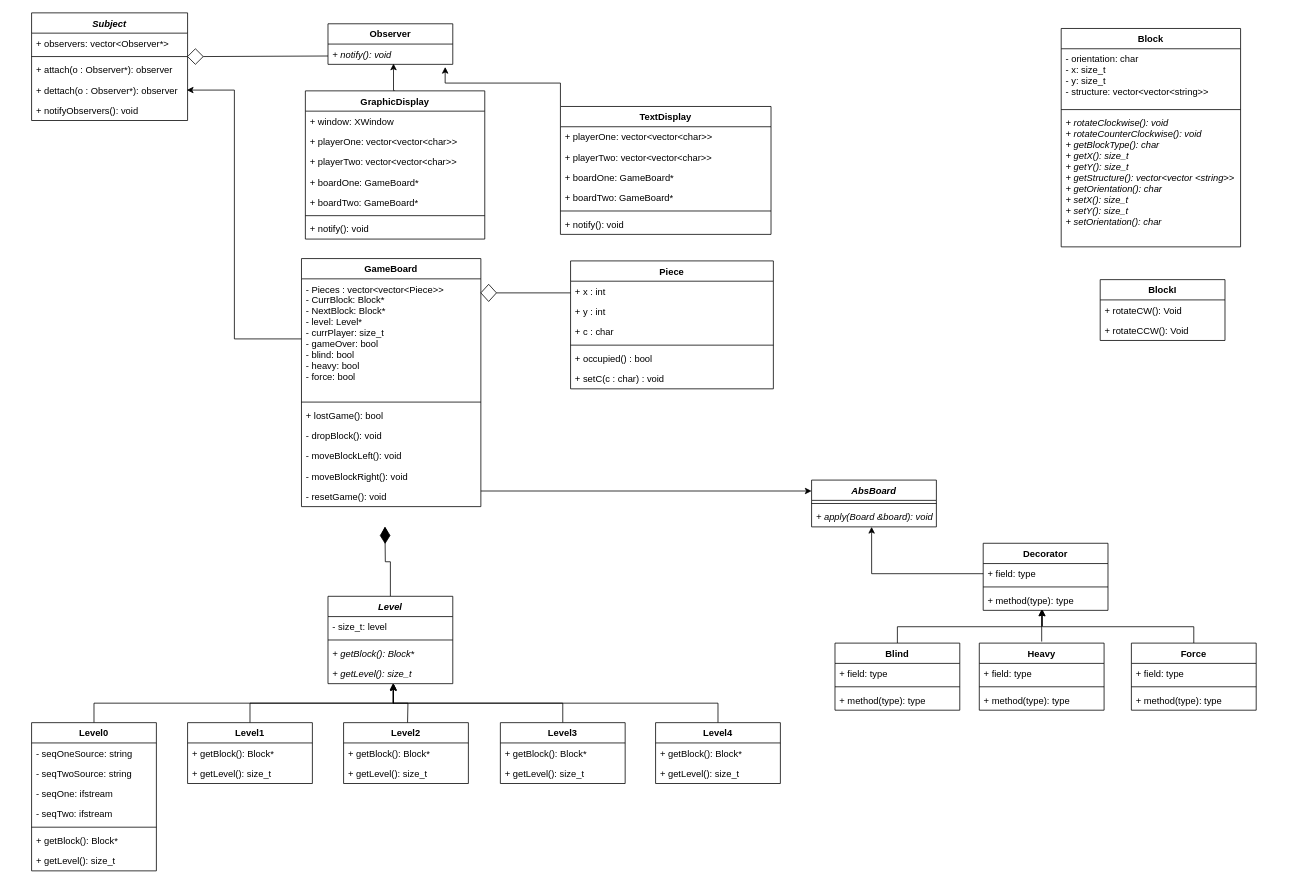
Earlier version of the draw.io diagram UML.drawio (velomafinsights/biquadris). Source tidied: cells renumbered, new cells numbered last; positions are measured from the earlier drawing's top-left corner, leaving out a move shared by most shapes. Both pictures are drawn from the tidied source at 78%, with x=0, y=0 at pixel (31, 12).
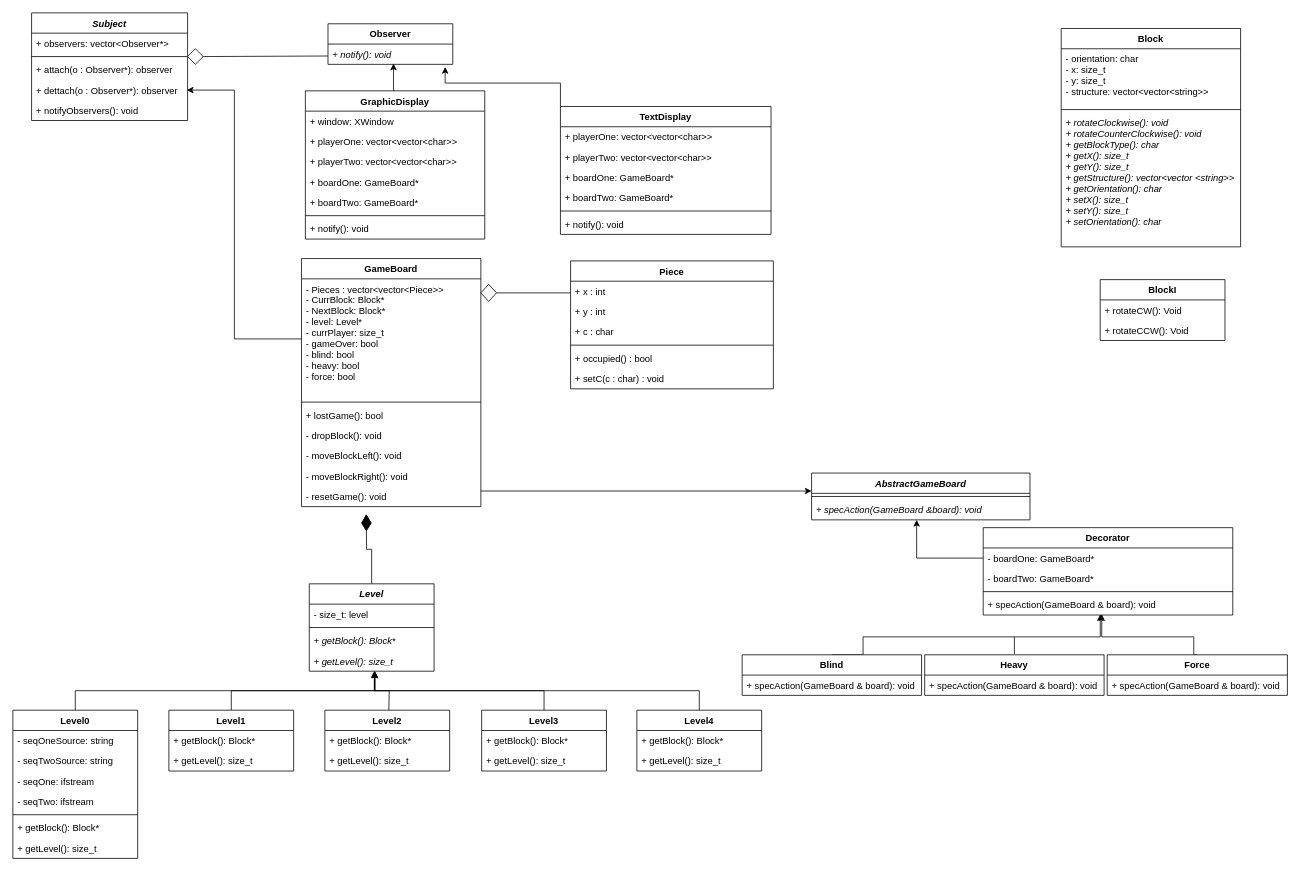
The same page after the edit.

The change refers to these unchanged cells:
```xml
<mxCell id="107" value="+ getLevel(): size_t" style="text;strokeColor=none;fillColor=none;align=left;verticalAlign=top;spacingLeft=4;spacingRight=4;overflow=hidden;points=[[0,0.5],[1,0.5]];portConstraint=eastwest;fontStyle=2;" parent="103" vertex="1">
  <mxGeometry y="86" width="160" height="26" as="geometry" />
</mxCell>
```

What changed in the source:
```diff
@@
     <mxCell id="42" value="Decorator&#10;" style="swimlane;fontStyle=1;align=center;verticalAlign=top;horizontal=1;startSize=26;" parent="1" vertex="1">
-      <mxGeometry x="1220" y="680" width="160" height="86" as="geometry" />
+      <mxGeometry x="1220" y="660" width="320" height="112" as="geometry" />
     </mxCell>
-    <mxCell id="43" value="+ field: type" style="text;strokeColor=none;fillColor=none;align=left;verticalAlign=top;spacingLeft=4;spacingRight=4;overflow=hidden;points=[[0,0.5],[1,0.5]];portConstraint=eastwest;" parent="42" vertex="1">
-      <mxGeometry y="26" width="160" height="26" as="geometry" />
+    <mxCell id="43" value="- boardOne: GameBoard*" style="text;strokeColor=none;fillColor=none;align=left;verticalAlign=top;spacingLeft=4;spacingRight=4;overflow=hidden;points=[[0,0.5],[1,0.5]];portConstraint=eastwest;" parent="42" vertex="1">
+      <mxGeometry y="26" width="320" height="26" as="geometry" />
     </mxCell>
+    <mxCell id="110" value="- boardTwo: GameBoard*" style="text;strokeColor=none;fillColor=none;align=left;verticalAlign=top;spacingLeft=4;spacingRight=4;overflow=hidden;" parent="42" vertex="1">
+      <mxGeometry y="52" width="320" height="26" as="geometry" />
+    </mxCell>
     <mxCell id="44" style="line;strokeWidth=1;fillColor=none;align=left;verticalAlign=middle;spacingTop=-1;spacingLeft=3;spacingRight=3;labelPosition=right;strokeColor=inherit;" parent="42" vertex="1">
-      <mxGeometry y="52" width="160" height="8" as="geometry" />
+      <mxGeometry y="78" width="320" height="8" as="geometry" />
     </mxCell>
-    <mxCell id="45" value="+ method(type): type" style="text;strokeColor=none;fillColor=none;align=left;verticalAlign=top;spacingLeft=4;spacingRight=4;overflow=hidden;points=[[0,0.5],[1,0.5]];portConstraint=eastwest;" parent="42" vertex="1">
-      <mxGeometry y="60" width="160" height="26" as="geometry" />
+    <mxCell id="45" value="+ specAction(GameBoard &amp; board): void" style="text;strokeColor=none;fillColor=none;align=left;verticalAlign=top;spacingLeft=4;spacingRight=4;overflow=hidden;points=[[0,0.5],[1,0.5]];portConstraint=eastwest;" parent="42" vertex="1">
+      <mxGeometry y="86" width="320" height="26" as="geometry" />
     </mxCell>
@@
     <mxCell id="53" style="edgeStyle=orthogonalEdgeStyle;rounded=0;jettySize=auto;html=1;exitX=0.5;exitY=0;exitDx=0;exitDy=0;entryX=0.469;entryY=0.962;entryDx=0;entryDy=0;entryPerimeter=0;" parent="1" edge="1" source="54" target="45">
-      <mxGeometry relative="1" as="geometry" />
+      <mxGeometry relative="1" as="geometry">
+        <Array as="points">
+          <mxPoint x="1066" y="800" />
+          <mxPoint x="1370" y="800" />
+        </Array>
+      </mxGeometry>
     </mxCell>
     <mxCell id="54" value="Blind" style="swimlane;fontStyle=1;align=center;verticalAlign=top;horizontal=1;startSize=26;" parent="1" vertex="1">
-      <mxGeometry x="1030" y="808" width="160" height="86" as="geometry" />
+      <mxGeometry x="911" y="823" width="230" height="52" as="geometry" />
     </mxCell>
-    <mxCell id="55" value="+ field: type" style="text;strokeColor=none;fillColor=none;align=left;verticalAlign=top;spacingLeft=4;spacingRight=4;overflow=hidden;" parent="54" vertex="1">
-      <mxGeometry y="26" width="160" height="26" as="geometry" />
-    </mxCell>
-    <mxCell id="56" style="line;strokeWidth=1;fillColor=none;align=left;verticalAlign=middle;spacingTop=-1;spacingLeft=3;spacingRight=3;labelPosition=right;strokeColor=inherit;" parent="54" vertex="1">
-      <mxGeometry y="52" width="160" height="8" as="geometry" />
-    </mxCell>
-    <mxCell id="57" value="+ method(type): type" style="text;strokeColor=none;fillColor=none;align=left;verticalAlign=top;spacingLeft=4;spacingRight=4;overflow=hidden;" parent="54" vertex="1">
-      <mxGeometry y="60" width="160" height="26" as="geometry" />
-    </mxCell>
+    <mxCell id="111" value="+ specAction(GameBoard &amp; board): void" style="text;strokeColor=none;fillColor=none;align=left;verticalAlign=top;spacingLeft=4;spacingRight=4;overflow=hidden;" parent="54" vertex="1">
+      <mxGeometry y="26" width="230" height="26" as="geometry" />
+    </mxCell>
     <mxCell id="58" style="edgeStyle=orthogonalEdgeStyle;rounded=0;jettySize=auto;html=1;exitX=0.5;exitY=0;exitDx=0;exitDy=0;entryX=0.475;entryY=0.962;entryDx=0;entryDy=0;entryPerimeter=0;" parent="1" edge="1" source="59" target="45">
-      <mxGeometry relative="1" as="geometry" />
+      <mxGeometry relative="1" as="geometry">
+        <Array as="points">
+          <mxPoint x="1490" y="800" />
+          <mxPoint x="1372" y="800" />
+        </Array>
+      </mxGeometry>
     </mxCell>
     <mxCell id="59" value="Force" style="swimlane;fontStyle=1;align=center;verticalAlign=top;horizontal=1;startSize=26;" parent="1" vertex="1">
-      <mxGeometry x="1410" y="808" width="160" height="86" as="geometry" />
+      <mxGeometry x="1379" y="823" width="231" height="52" as="geometry" />
     </mxCell>
-    <mxCell id="60" value="+ field: type" style="text;strokeColor=none;fillColor=none;align=left;verticalAlign=top;spacingLeft=4;spacingRight=4;overflow=hidden;" parent="59" vertex="1">
-      <mxGeometry y="26" width="160" height="26" as="geometry" />
-    </mxCell>
-    <mxCell id="61" style="line;strokeWidth=1;fillColor=none;align=left;verticalAlign=middle;spacingTop=-1;spacingLeft=3;spacingRight=3;labelPosition=right;strokeColor=inherit;" parent="59" vertex="1">
-      <mxGeometry y="52" width="160" height="8" as="geometry" />
-    </mxCell>
-    <mxCell id="62" value="+ method(type): type" style="text;strokeColor=none;fillColor=none;align=left;verticalAlign=top;spacingLeft=4;spacingRight=4;overflow=hidden;" parent="59" vertex="1">
-      <mxGeometry y="60" width="160" height="26" as="geometry" />
-    </mxCell>
-    <mxCell id="63" style="edgeStyle=orthogonalEdgeStyle;rounded=0;orthogonalLoop=1;jettySize=auto;html=1;exitX=0.5;exitY=0;exitDx=0;exitDy=0;entryX=0.469;entryY=1.038;entryDx=0;entryDy=0;entryPerimeter=0;" parent="1" edge="1">
-      <mxGeometry relative="1" as="geometry">
-        <mxPoint x="1295" y="806" as="sourcePoint" />
-        <mxPoint x="1295" y="765" as="targetPoint" />
-      </mxGeometry>
-    </mxCell>
+    <mxCell id="112" value="+ specAction(GameBoard &amp; board): void" style="text;strokeColor=none;fillColor=none;align=left;verticalAlign=top;spacingLeft=4;spacingRight=4;overflow=hidden;" parent="59" vertex="1">
+      <mxGeometry y="26" width="231" height="26" as="geometry" />
+    </mxCell>
     <mxCell id="64" value="Heavy" style="swimlane;fontStyle=1;align=center;verticalAlign=top;horizontal=1;startSize=26;" parent="1" vertex="1">
-      <mxGeometry x="1215" y="808" width="160" height="86" as="geometry" />
+      <mxGeometry x="1145" y="823" width="230" height="52" as="geometry" />
     </mxCell>
-    <mxCell id="65" value="+ field: type" style="text;strokeColor=none;fillColor=none;align=left;verticalAlign=top;spacingLeft=4;spacingRight=4;overflow=hidden;" parent="64" vertex="1">
-      <mxGeometry y="26" width="160" height="26" as="geometry" />
-    </mxCell>
-    <mxCell id="66" style="line;strokeWidth=1;fillColor=none;align=left;verticalAlign=middle;spacingTop=-1;spacingLeft=3;spacingRight=3;labelPosition=right;strokeColor=inherit;" parent="64" vertex="1">
-      <mxGeometry y="52" width="160" height="8" as="geometry" />
-    </mxCell>
-    <mxCell id="67" value="+ method(type): type" style="text;strokeColor=none;fillColor=none;align=left;verticalAlign=top;spacingLeft=4;spacingRight=4;overflow=hidden;" parent="64" vertex="1">
-      <mxGeometry y="60" width="160" height="26" as="geometry" />
-    </mxCell>
+    <mxCell id="113" value="+ specAction(GameBoard &amp; board): void" style="text;strokeColor=none;fillColor=none;align=left;verticalAlign=top;spacingLeft=4;spacingRight=4;overflow=hidden;" parent="64" vertex="1">
+      <mxGeometry y="26" width="230" height="26" as="geometry" />
+    </mxCell>
@@
-    <mxCell id="72" value="AbsBoard" style="swimlane;fontStyle=3;align=center;verticalAlign=top;horizontal=1;startSize=26;" parent="1" vertex="1">
-      <mxGeometry x="1000" y="599" width="160" height="60" as="geometry" />
+    <mxCell id="72" value="AbstractGameBoard" style="swimlane;fontStyle=3;align=center;verticalAlign=top;horizontal=1;startSize=26;" parent="1" vertex="1">
+      <mxGeometry x="1000" y="590" width="280" height="60" as="geometry" />
     </mxCell>
     <mxCell id="73" style="line;strokeWidth=1;fillColor=none;align=left;verticalAlign=middle;spacingTop=-1;spacingLeft=3;spacingRight=3;labelPosition=right;strokeColor=inherit;" parent="72" vertex="1">
-      <mxGeometry y="26" width="160" height="8" as="geometry" />
+      <mxGeometry y="26" width="280" height="8" as="geometry" />
     </mxCell>
-    <mxCell id="74" value="+ apply(Board &amp;board): void" style="text;strokeColor=none;fillColor=none;align=left;verticalAlign=top;spacingLeft=4;spacingRight=4;overflow=hidden;points=[[0,0.5],[1,0.5]];portConstraint=eastwest;fontStyle=2;" parent="72" vertex="1">
-      <mxGeometry y="34" width="160" height="26" as="geometry" />
+    <mxCell id="74" value="+ specAction(GameBoard &amp;board): void" style="text;strokeColor=none;fillColor=none;align=left;verticalAlign=top;spacingLeft=4;spacingRight=4;overflow=hidden;points=[[0,0.5],[1,0.5]];portConstraint=eastwest;fontStyle=2;" parent="72" vertex="1">
+      <mxGeometry y="34" width="280" height="26" as="geometry" />
     </mxCell>
@@
     <mxCell id="78" value="Level0" style="swimlane;fontStyle=1;align=center;verticalAlign=top;horizontal=1;startSize=26;" parent="1" vertex="1">
-      <mxGeometry y="910" width="160" height="190" as="geometry" />
+      <mxGeometry x="-24" y="894" width="160" height="190" as="geometry" />
     </mxCell>
@@
     <mxCell id="87" value="Level1" style="swimlane;fontStyle=1;align=center;verticalAlign=top;horizontal=1;startSize=26;" parent="1" vertex="1">
-      <mxGeometry x="200" y="910" width="160" height="78" as="geometry" />
+      <mxGeometry x="176" y="894" width="160" height="78" as="geometry" />
     </mxCell>
@@
     <mxCell id="90" style="edgeStyle=orthogonalEdgeStyle;rounded=0;jettySize=auto;html=1;entryX=0.524;entryY=1.02;entryDx=0;entryDy=0;entryPerimeter=0;" parent="1" edge="1" target="107">
       <mxGeometry relative="1" as="geometry">
-        <mxPoint x="482" y="910" as="sourcePoint" />
+        <mxPoint x="458" y="894" as="sourcePoint" />
       </mxGeometry>
     </mxCell>
     <mxCell id="91" value="Level2" style="swimlane;fontStyle=1;align=center;verticalAlign=top;horizontal=1;startSize=26;" parent="1" vertex="1">
-      <mxGeometry x="400" y="910" width="160" height="78" as="geometry" />
+      <mxGeometry x="376" y="894" width="160" height="78" as="geometry" />
     </mxCell>
@@
     <mxCell id="95" value="Level3" style="swimlane;fontStyle=1;align=center;verticalAlign=top;horizontal=1;startSize=26;" parent="1" vertex="1">
-      <mxGeometry x="601" y="910" width="160" height="78" as="geometry" />
+      <mxGeometry x="577" y="894" width="160" height="78" as="geometry" />
     </mxCell>
@@
     <mxCell id="99" value="Level4" style="swimlane;fontStyle=1;align=center;verticalAlign=top;horizontal=1;startSize=26;" parent="1" vertex="1">
-      <mxGeometry x="800" y="910" width="160" height="78" as="geometry" />
+      <mxGeometry x="776" y="894" width="160" height="78" as="geometry" />
     </mxCell>
@@
     <mxCell id="102" style="edgeStyle=orthogonalEdgeStyle;rounded=0;jettySize=auto;html=1;entryX=0.465;entryY=0.977;entryDx=0;entryDy=0;entryPerimeter=0;" parent="1" edge="1" source="103">
       <mxGeometry relative="1" as="geometry">
-        <mxPoint x="453" y="658.4" as="targetPoint" />
+        <mxPoint x="429" y="642.4" as="targetPoint" />
       </mxGeometry>
     </mxCell>
     <mxCell id="103" value="Level" style="swimlane;fontStyle=3;align=center;verticalAlign=top;horizontal=1;startSize=26;" parent="1" vertex="1">
-      <mxGeometry x="380" y="748" width="160" height="112" as="geometry" />
+      <mxGeometry x="356" y="732" width="160" height="112" as="geometry" />
     </mxCell>
@@
     <mxCell id="108" style="rhombus;whiteSpace=wrap;html=1;fillColor=#000000;" parent="1" vertex="1">
-      <mxGeometry x="447" y="660" width="12.5" height="20" as="geometry" />
+      <mxGeometry x="423" y="644" width="12.5" height="20" as="geometry" />
     </mxCell>
@@
+    <mxCell id="114" style="endArrow=none;html=1;rounded=0;" parent="1" edge="1">
+      <mxGeometry relative="1" as="geometry">
+        <mxPoint x="1260" y="822" as="sourcePoint" />
+        <mxPoint x="1260" y="800" as="targetPoint" />
+      </mxGeometry>
+    </mxCell>
```
